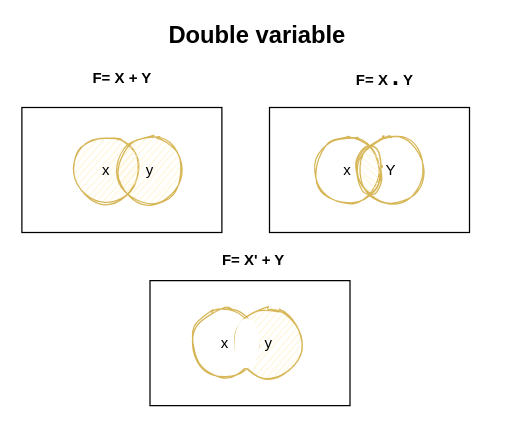
This is page "double Variable" (4 of 9) of logicDesign/img/venn/venn.drawio from Asncodes-80/handouting_hws, a draw.io file, before an edit. Source tidied: cells renumbered, new cells numbered last; positions are measured from the earlier drawing's top-left corner, leaving out a move shared by most shapes. Both pictures are drawn from the tidied source at 125%, with x=0, y=0 at pixel (21, 22).
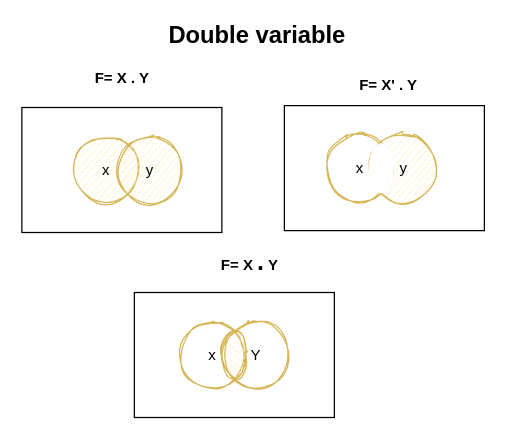
After the change.

The edit, as a diff of the source:
```diff
@@
-    <mxCell id="4" value="F= X + Y" style="text;html=1;align=center;verticalAlign=middle;fontStyle=1;" parent="1" vertex="1">
+    <mxCell id="4" value="F= X . Y" style="text;html=1;align=center;verticalAlign=middle;fontStyle=1;" parent="1" vertex="1">
       <mxGeometry x="50" y="34" width="60" height="20" as="geometry" />
     </mxCell>
     <mxCell id="5" value="F= X &lt;font style=&quot;font-size: 20px&quot;&gt;.&lt;/font&gt; Y" style="text;html=1;align=center;verticalAlign=middle;fontStyle=1;" parent="1" vertex="1">
-      <mxGeometry x="260" y="32" width="60" height="20" as="geometry" />
+      <mxGeometry x="151.9" y="180" width="60" height="20" as="geometry" />
     </mxCell>
@@
     <mxCell id="9" style="group;" parent="1" vertex="1">
-      <mxGeometry x="198.1" y="67.5" width="160" height="100" as="geometry" />
+      <mxGeometry x="90" y="215.5" width="160" height="100" as="geometry" />
     </mxCell>
@@
-    <mxCell id="15" value="F= X' + Y" style="text;html=1;align=center;verticalAlign=middle;fontStyle=1;" parent="1" vertex="1">
-      <mxGeometry x="150" y="180" width="70" height="20" as="geometry" />
+    <mxCell id="15" value="F= X' . Y" style="text;html=1;align=center;verticalAlign=middle;fontStyle=1;" parent="1" vertex="1">
+      <mxGeometry x="262.5" y="40" width="60" height="20" as="geometry" />
     </mxCell>
     <mxCell id="16" style="group;" parent="1" vertex="1">
-      <mxGeometry x="135" y="228.5" width="127.5" height="87.5" as="geometry" />
+      <mxGeometry x="242.5" y="88.5" width="127.5" height="87.5" as="geometry" />
     </mxCell>
```
